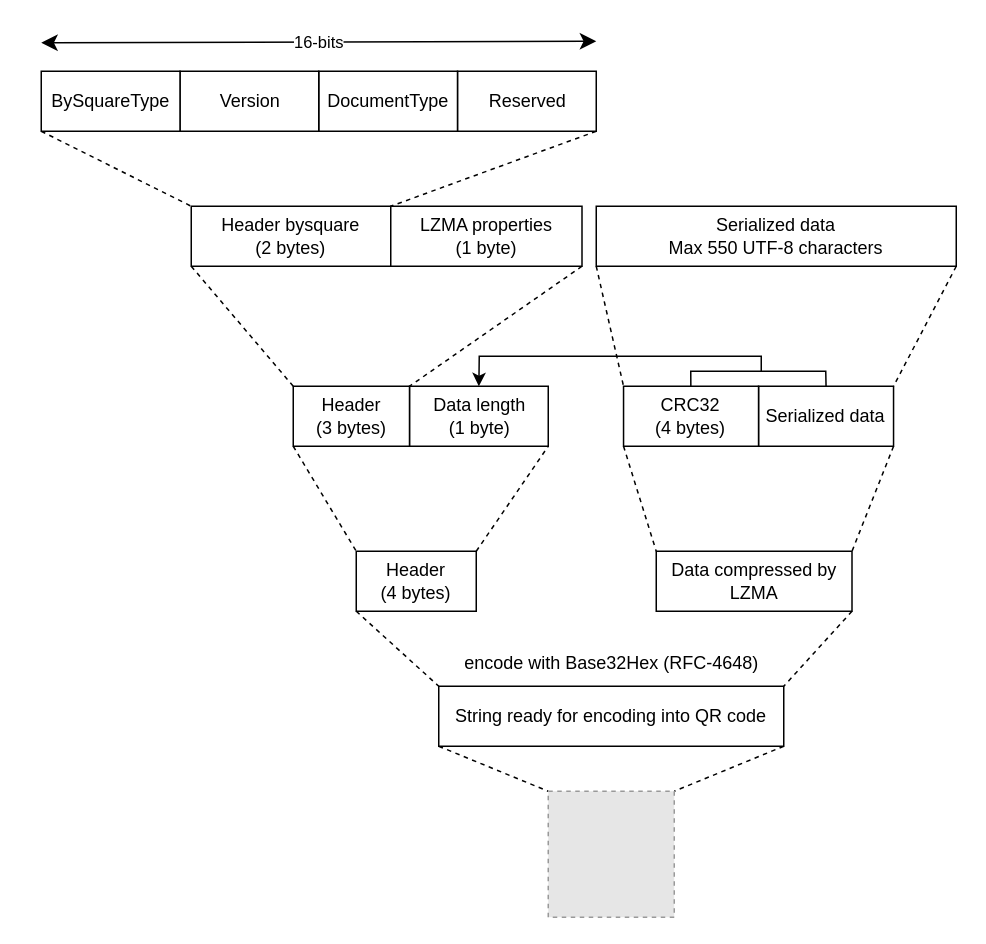
The draw.io diagram doc/uml/logic.drawio in xseman/bysquare, before the edit. Source tidied: cells renumbered, new cells numbered last; positions are measured from the earlier drawing's top-left corner, leaving out a move shared by most shapes. Both pictures are drawn from the tidied source at 150%, with x=0, y=0 at pixel (40, 40). Pictures stored in the file or linked from it are replaced by grey dashed boxes.
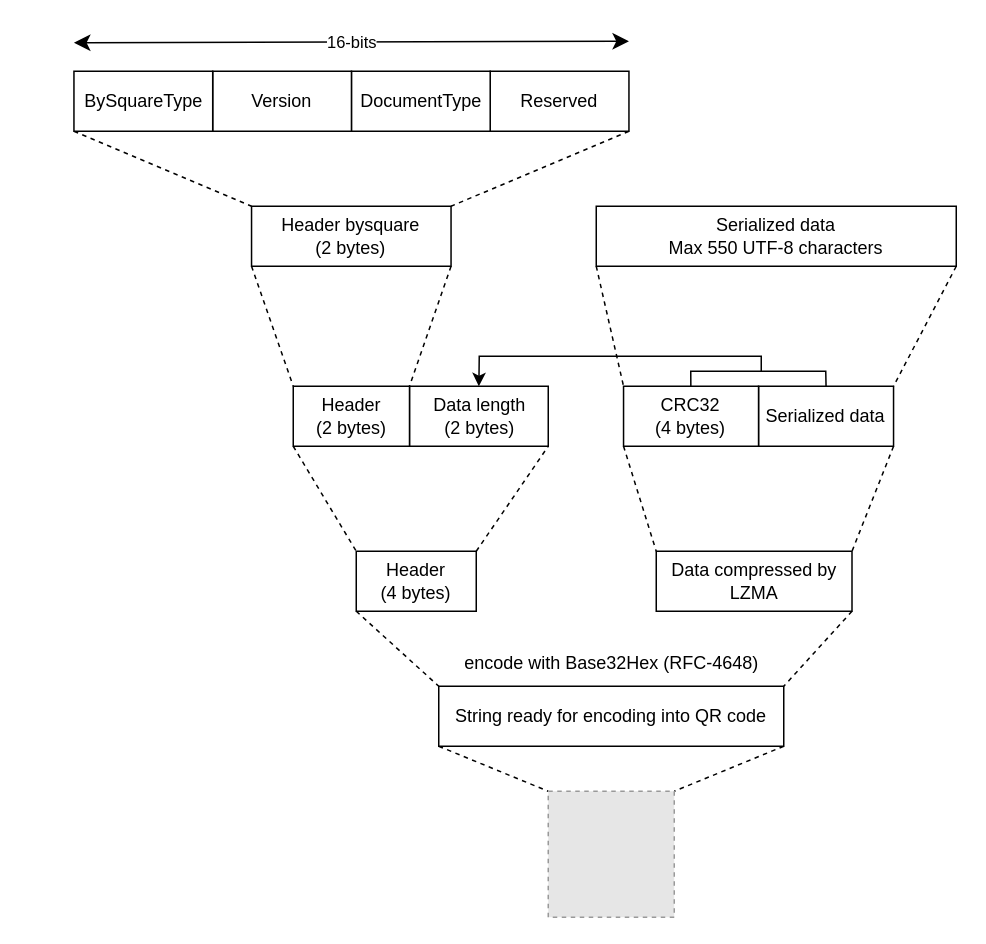
The same diagram, later.

Commit message (it also covers changes not shown here):
refactor: simplify parse and generate logic, other improvements

Diff of the diagram source:
```diff
@@
     <mxCell id="12" style="group;rounded=0;" parent="1" vertex="1">
-      <mxGeometry width="370" height="60" as="geometry" />
+      <mxGeometry x="21.8" width="370" height="60" as="geometry" />
     </mxCell>
@@
-    <mxCell id="21" style="edgeStyle=none;html=1;exitX=1;exitY=1;exitDx=0;exitDy=0;entryX=1;entryY=0;entryDx=0;entryDy=0;dashed=1;endArrow=none;endFill=0;rounded=0;" parent="1" edge="1" source="33" target="25">
+    <mxCell id="21" style="edgeStyle=none;html=1;exitX=1;exitY=1;exitDx=0;exitDy=0;entryX=1;entryY=0;entryDx=0;entryDy=0;dashed=1;endArrow=none;endFill=0;rounded=0;" parent="1" edge="1" source="32" target="25">
       <mxGeometry relative="1" as="geometry" />
     </mxCell>
@@
-    <mxCell id="23" value="Data length &lt;br&gt;(1 byte)" style="whiteSpace=wrap;html=1;rounded=0;" parent="1" vertex="1">
+    <mxCell id="23" value="Data length &lt;br&gt;(2 bytes)" style="whiteSpace=wrap;html=1;rounded=0;" parent="1" vertex="1">
       <mxGeometry x="245.5" y="230" width="92.5" height="40" as="geometry" />
     </mxCell>
@@
-    <mxCell id="25" value="Header &lt;br&gt;(3 bytes)" style="whiteSpace=wrap;html=1;rounded=0;" parent="1" vertex="1">
+    <mxCell id="25" value="Header &lt;br&gt;(2 bytes)" style="whiteSpace=wrap;html=1;rounded=0;" parent="1" vertex="1">
       <mxGeometry x="168" y="230" width="77.5" height="40" as="geometry" />
     </mxCell>
@@
     <mxCell id="32" value="Header bysquare&lt;br&gt;(2 bytes)" style="whiteSpace=wrap;html=1;rounded=0;" parent="1" vertex="1">
-      <mxGeometry x="100" y="110" width="133" height="40" as="geometry" />
+      <mxGeometry x="140.2" y="110" width="133" height="40" as="geometry" />
     </mxCell>
-    <mxCell id="33" value="LZMA properties &lt;br&gt;(1 byte)" style="whiteSpace=wrap;html=1;rounded=0;" parent="1" vertex="1">
-      <mxGeometry x="233" y="110" width="127.5" height="40" as="geometry" />
-    </mxCell>
```
